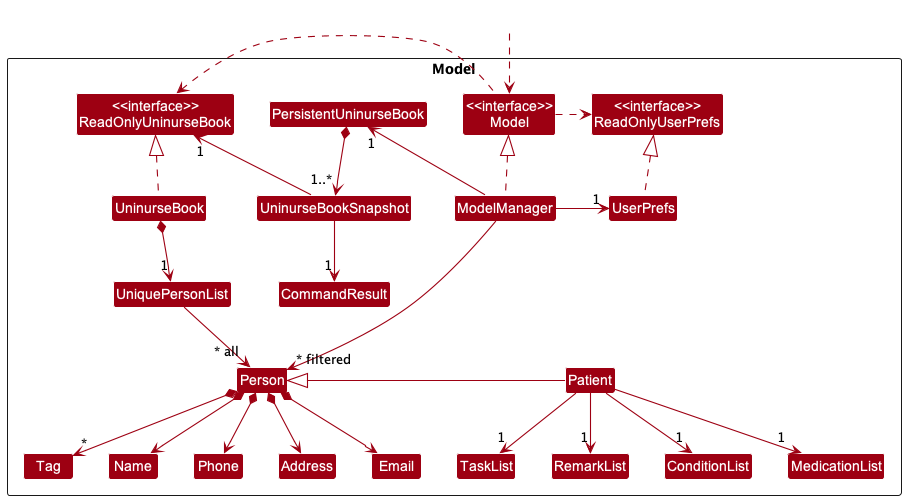
Above: docs/images/ModelClassDiagram.png in nus-cs2103-AY2223S1/tp (PlantUML), before the change.
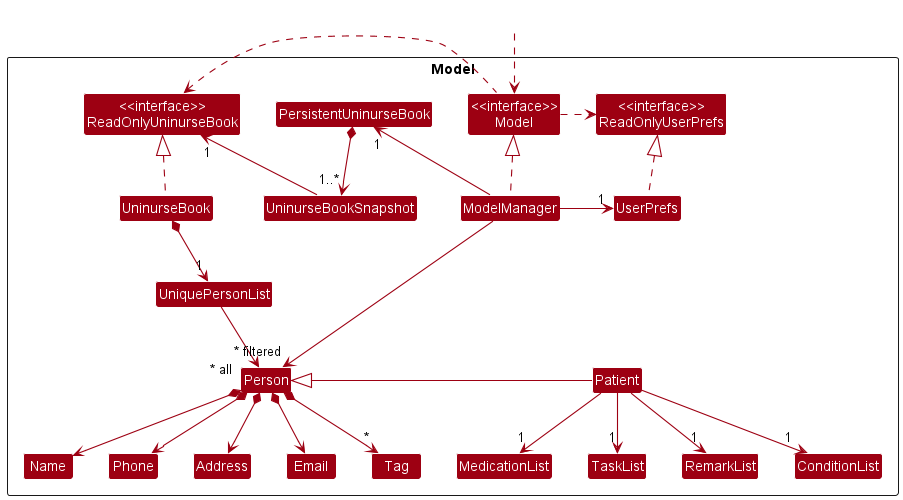
Later version of the same file.

Commit message:
Remove CommandResult from Model class diagram

The edit, as a diff of the source:
```diff
@@ -14,7 +14,7 @@
 
 Class PersistentUninurseBook
 Class UninurseBookSnapshot
-Class CommandResult
+
 
 Class UniquePersonList
 Class Person
@@ -46,7 +46,7 @@
 
 PersistentUninurseBook *-down-> "1..*" UninurseBookSnapshot
 UninurseBookSnapshot -up-> "1" ReadOnlyUninurseBook
-UninurseBookSnapshot -down-> "1" CommandResult
+
 
 UninurseBook *--> "1" UniquePersonList
 UniquePersonList --> "~* all" Person
```
